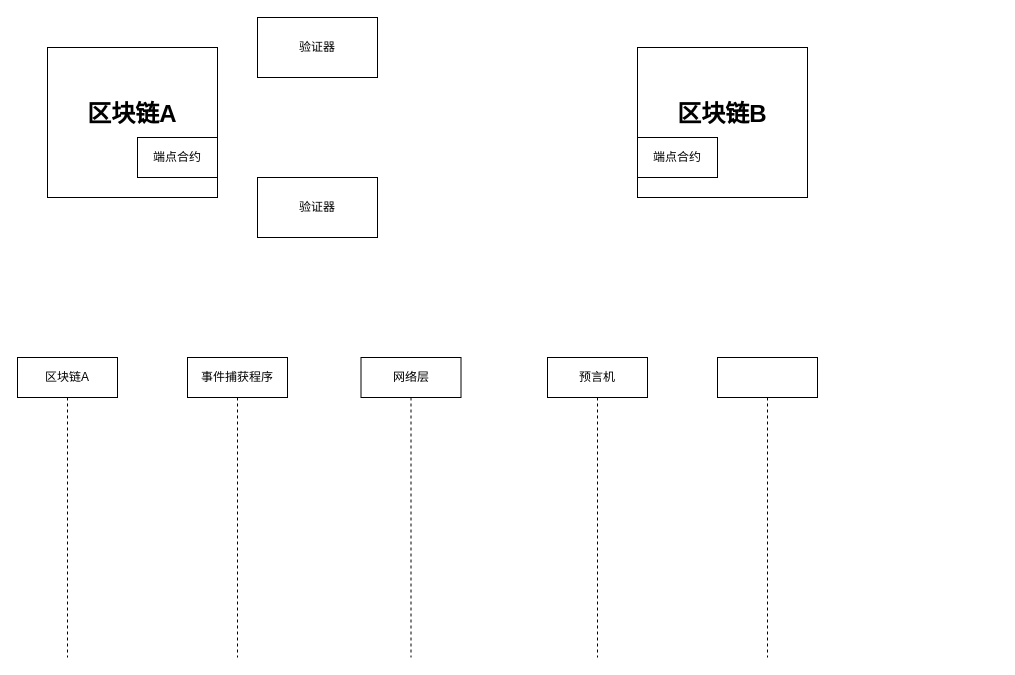
This is layerZero.drawio from ForLina/sxc_contract, a draw.io file, before an edit. Source tidied: cells renumbered, new cells numbered last; positions are measured from the earlier drawing's top-left corner, leaving out a move shared by most shapes. Both pictures are drawn from the tidied source at 100%, with x=0, y=0 at pixel (17, 17).
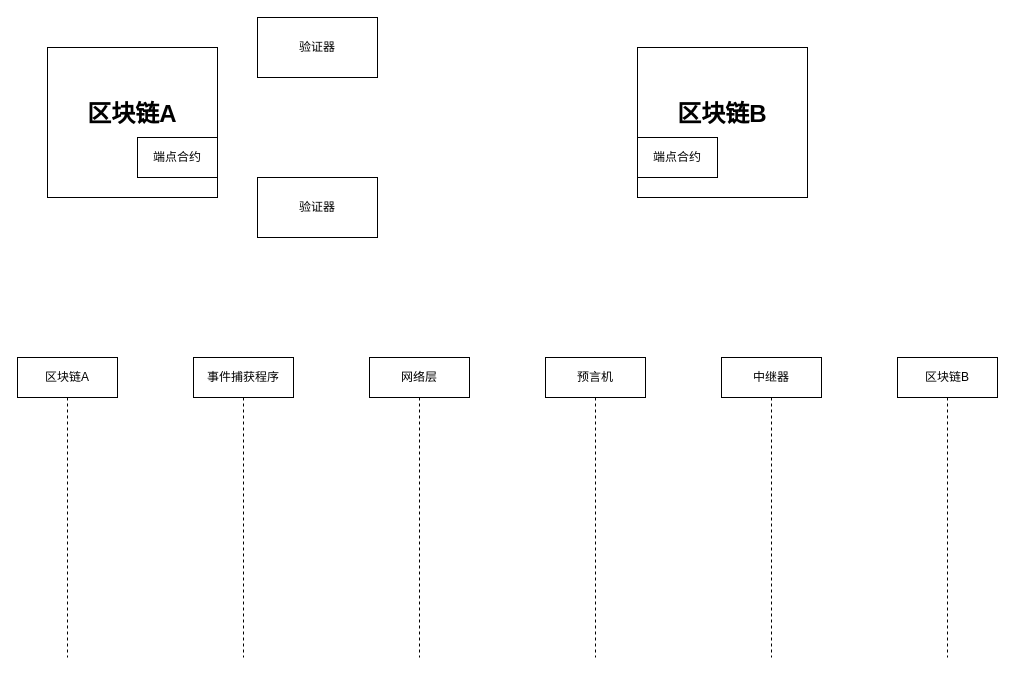
The same page after the edit.

Diff of the diagram source:
```diff
@@
 <mxGraphModel>
   <root>
     <mxCell id="0" />
     <mxCell id="1" parent="0" />
     <mxCell id="2" style="group;" parent="1" vertex="1">
       <mxGeometry x="30" y="70" width="170" height="110" as="geometry" />
     </mxCell>
     <mxCell id="3" value="&lt;h1 style=&quot;margin-top: 0px;&quot;&gt;区块链A&lt;/h1&gt;" style="rounded=0;whiteSpace=wrap;html=1;align=center;" parent="2" vertex="1">
       <mxGeometry y="-40" width="170" height="150" as="geometry" />
     </mxCell>
     <mxCell id="4" value="端点合约" style="rounded=0;whiteSpace=wrap;html=1;" parent="2" vertex="1">
       <mxGeometry x="90" y="50" width="80" height="40" as="geometry" />
     </mxCell>
     <mxCell id="5" style="group;" parent="1" vertex="1">
       <mxGeometry x="620" y="70" width="170" height="110" as="geometry" />
     </mxCell>
     <mxCell id="6" value="&lt;h1 style=&quot;margin-top: 0px;&quot;&gt;区块链B&lt;/h1&gt;" style="rounded=0;whiteSpace=wrap;html=1;align=center;" parent="5" vertex="1">
       <mxGeometry y="-40" width="170" height="150" as="geometry" />
     </mxCell>
     <mxCell id="7" value="端点合约" style="rounded=0;whiteSpace=wrap;html=1;" parent="5" vertex="1">
       <mxGeometry y="50" width="80" height="40" as="geometry" />
     </mxCell>
     <mxCell id="8" value="验证器" style="rounded=0;whiteSpace=wrap;html=1;" parent="1" vertex="1">
       <mxGeometry x="240" y="160" width="120" height="60" as="geometry" />
     </mxCell>
     <mxCell id="9" value="验证器" style="rounded=0;whiteSpace=wrap;html=1;" parent="1" vertex="1">
       <mxGeometry x="240" width="120" height="60" as="geometry" />
     </mxCell>
     <mxCell id="10" value="区块链A" style="shape=umlLifeline;perimeter=lifelinePerimeter;whiteSpace=wrap;html=1;newEdgeStyle={&quot;curved&quot;:0,&quot;rounded&quot;:0};" parent="1" vertex="1">
       <mxGeometry y="340" width="100" height="300" as="geometry" />
     </mxCell>
     <mxCell id="11" value="事件捕获程序" style="shape=umlLifeline;perimeter=lifelinePerimeter;whiteSpace=wrap;html=1;newEdgeStyle={&quot;curved&quot;:0,&quot;rounded&quot;:0};" parent="1" vertex="1">
-      <mxGeometry x="170" y="340" width="100" height="300" as="geometry" />
+      <mxGeometry x="176" y="340" width="100" height="300" as="geometry" />
     </mxCell>
     <mxCell id="12" value="网络层" style="shape=umlLifeline;perimeter=lifelinePerimeter;whiteSpace=wrap;html=1;newEdgeStyle={&quot;curved&quot;:0,&quot;rounded&quot;:0};" parent="1" vertex="1">
-      <mxGeometry x="343.5" y="340" width="100" height="300" as="geometry" />
+      <mxGeometry x="352" y="340" width="100" height="300" as="geometry" />
     </mxCell>
     <mxCell id="13" value="预言机" style="shape=umlLifeline;perimeter=lifelinePerimeter;whiteSpace=wrap;html=1;newEdgeStyle={&quot;curved&quot;:0,&quot;rounded&quot;:0};" parent="1" vertex="1">
-      <mxGeometry x="530" y="340" width="100" height="300" as="geometry" />
+      <mxGeometry x="528" y="340" width="100" height="300" as="geometry" />
     </mxCell>
-    <mxCell id="14" style="shape=umlLifeline;perimeter=lifelinePerimeter;whiteSpace=wrap;html=1;newEdgeStyle={&quot;curved&quot;:0,&quot;rounded&quot;:0};" parent="1" vertex="1">
-      <mxGeometry x="700" y="340" width="100" height="300" as="geometry" />
+    <mxCell id="14" value="中继器" style="shape=umlLifeline;perimeter=lifelinePerimeter;whiteSpace=wrap;html=1;newEdgeStyle={&quot;curved&quot;:0,&quot;rounded&quot;:0};" parent="1" vertex="1">
+      <mxGeometry x="704" y="340" width="100" height="300" as="geometry" />
     </mxCell>
+    <mxCell id="15" value="区块链B" style="shape=umlLifeline;perimeter=lifelinePerimeter;whiteSpace=wrap;html=1;newEdgeStyle={&quot;curved&quot;:0,&quot;rounded&quot;:0};" parent="1" vertex="1">
+      <mxGeometry x="880" y="340" width="100" height="300" as="geometry" />
+    </mxCell>
   </root>
 </mxGraphModel>
```
